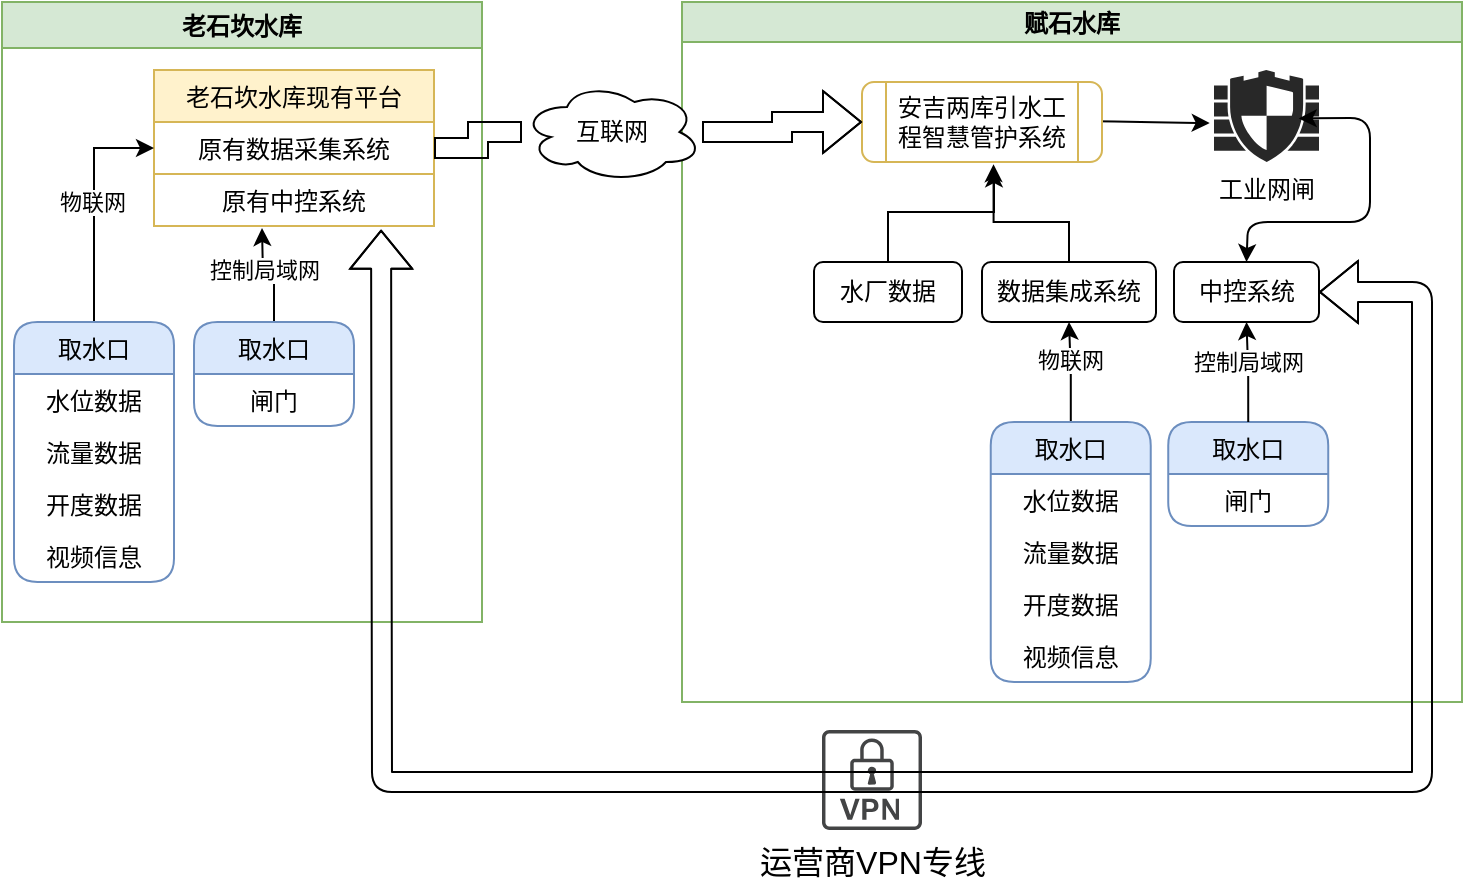
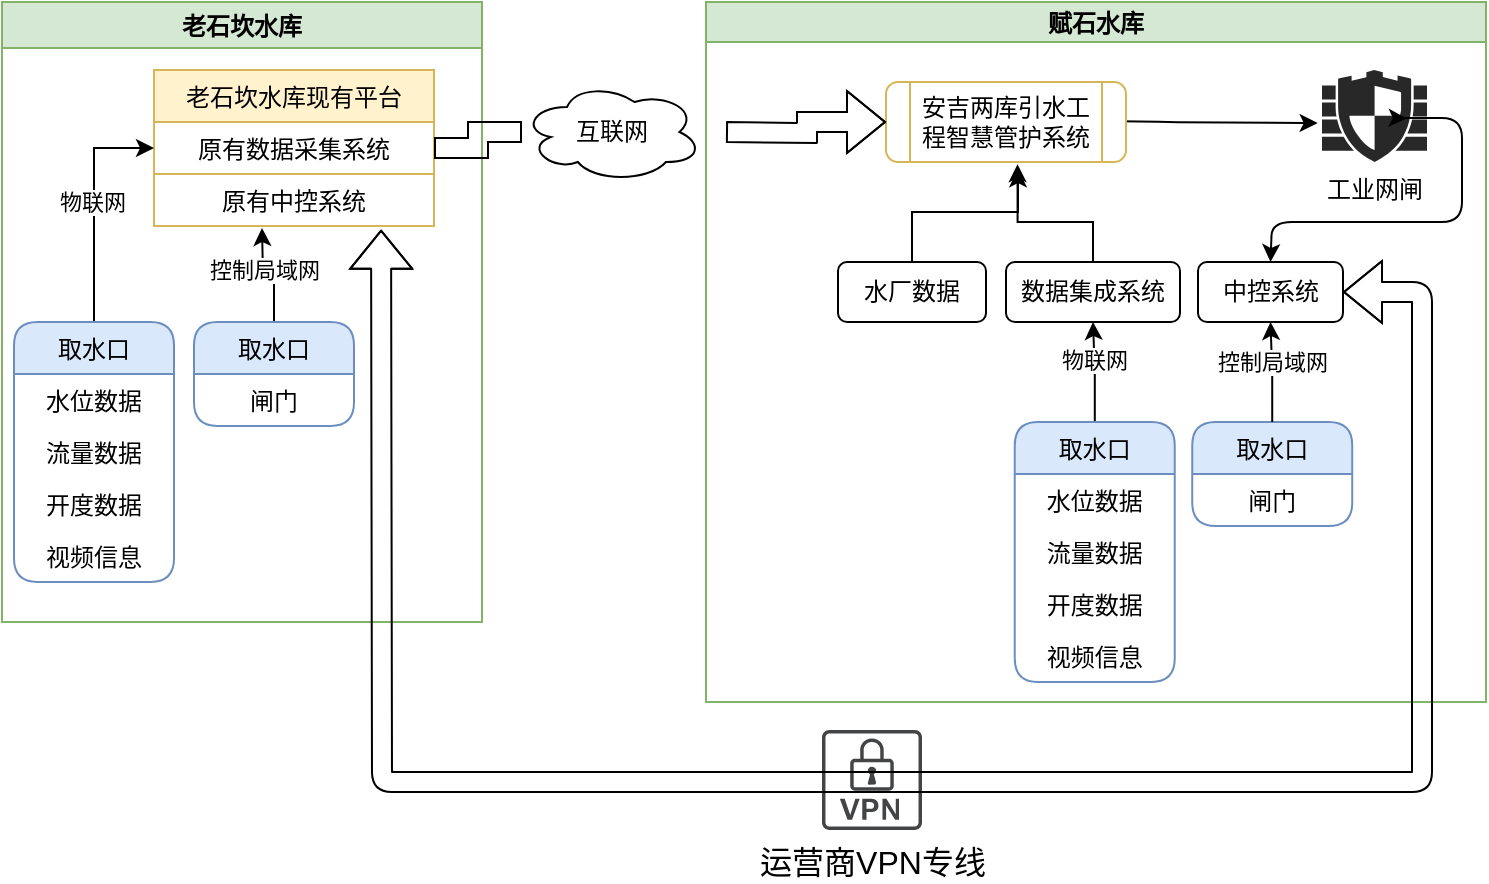
- <mxfile host="app.diagrams.net" modified="2021-09-18T05:55:30.992Z" agent="5.0 (Windows NT 10.0; Win64; x64) AppleWebKit/537.36 (KHTML, like Gecko) Chrome/93.0.4577.82 Safari/537.36 Edg/93.0.961.52" etag="tn-M4HEZi23fOFaAd5jv" version="14.8.0" type="github">
+ <mxfile host="app.diagrams.net" modified="2021-09-18T05:59:51.850Z" agent="5.0 (Windows NT 10.0; Win64; x64) AppleWebKit/537.36 (KHTML, like Gecko) Chrome/93.0.4577.82 Safari/537.36 Edg/93.0.961.52" etag="5JK3VNRO7cXZYGUrUFwE" version="14.8.0" type="github">
  <diagram id="v89iMYd2DjBNGdAJLiYk" name="Page-1">
-     <mxGraphModel dx="964" dy="513" grid="1" gridSize="10" guides="1" tooltips="1" connect="1" arrows="1" fold="1" page="1" pageScale="1" pageWidth="827" pageHeight="1169" math="0" shadow="0">
+     <mxGraphModel dx="819" dy="436" grid="1" gridSize="10" guides="1" tooltips="1" connect="1" arrows="1" fold="1" page="1" pageScale="1" pageWidth="827" pageHeight="1169" math="0" shadow="0">
      <root>
        <mxCell id="0" />
        <mxCell id="1" parent="0" />
        <mxCell id="1meufm5pPCAuNKvldUBH-1" value="老石坎水库" style="swimlane;fillColor=#d5e8d4;strokeColor=#82b366;" parent="1" vertex="1">
          <mxGeometry x="50" y="130" width="240" height="310" as="geometry">
            <mxRectangle x="150" y="130" width="90" height="23" as="alternateBounds" />
          </mxGeometry>
        </mxCell>
        <mxCell id="rkCiEfMvTKPaeprXMYrk-80" value="老石坎水库现有平台" style="swimlane;fontStyle=0;childLayout=stackLayout;horizontal=1;startSize=26;horizontalStack=0;resizeParent=1;resizeParentMax=0;resizeLast=0;collapsible=1;marginBottom=0;swimlaneLine=1;rounded=0;shadow=0;sketch=0;glass=0;swimlaneFillColor=none;fillColor=#fff2cc;strokeColor=#d6b656;" vertex="1" parent="1meufm5pPCAuNKvldUBH-1">
          <mxGeometry x="76" y="34" width="140" height="78" as="geometry">
            <mxRectangle x="108.75" y="220" width="70" height="26" as="alternateBounds" />
          </mxGeometry>
        </mxCell>
        <mxCell id="rkCiEfMvTKPaeprXMYrk-81" value="原有数据采集系统" style="text;fillColor=none;align=center;verticalAlign=top;spacingLeft=4;spacingRight=4;overflow=hidden;rotatable=0;points=[[0,0.5],[1,0.5]];portConstraint=eastwest;rounded=0;glass=0;shadow=0;strokeColor=#D6B656;" vertex="1" parent="rkCiEfMvTKPaeprXMYrk-80">
          <mxGeometry y="26" width="140" height="26" as="geometry" />
        </mxCell>
        <mxCell id="rkCiEfMvTKPaeprXMYrk-82" value="原有中控系统" style="text;fillColor=none;align=center;verticalAlign=top;spacingLeft=4;spacingRight=4;overflow=hidden;rotatable=0;points=[[0,0.5],[1,0.5]];portConstraint=eastwest;imageAspect=1;" vertex="1" parent="rkCiEfMvTKPaeprXMYrk-80">
          <mxGeometry y="52" width="140" height="26" as="geometry" />
        </mxCell>
        <mxCell id="rkCiEfMvTKPaeprXMYrk-88" style="edgeStyle=orthogonalEdgeStyle;rounded=0;orthogonalLoop=1;jettySize=auto;html=1;entryX=0;entryY=0.5;entryDx=0;entryDy=0;" edge="1" parent="1meufm5pPCAuNKvldUBH-1" source="rkCiEfMvTKPaeprXMYrk-75" target="rkCiEfMvTKPaeprXMYrk-81">
          <mxGeometry relative="1" as="geometry" />
        </mxCell>
        <mxCell id="rkCiEfMvTKPaeprXMYrk-95" value="物联网" style="edgeLabel;html=1;align=center;verticalAlign=middle;resizable=0;points=[];" vertex="1" connectable="0" parent="rkCiEfMvTKPaeprXMYrk-88">
          <mxGeometry x="0.0218" y="1" relative="1" as="geometry">
            <mxPoint as="offset" />
          </mxGeometry>
        </mxCell>
        <mxCell id="rkCiEfMvTKPaeprXMYrk-75" value="取水口" style="swimlane;fontStyle=0;childLayout=stackLayout;horizontal=1;startSize=26;horizontalStack=0;resizeParent=1;resizeParentMax=0;resizeLast=0;collapsible=1;marginBottom=0;swimlaneLine=1;rounded=1;shadow=0;sketch=0;glass=0;swimlaneFillColor=none;fillColor=#dae8fc;strokeColor=#6c8ebf;" vertex="1" parent="1meufm5pPCAuNKvldUBH-1">
          <mxGeometry x="6" y="160" width="80" height="130" as="geometry">
            <mxRectangle x="400" y="410" width="70" height="26" as="alternateBounds" />
          </mxGeometry>
        </mxCell>
        <mxCell id="rkCiEfMvTKPaeprXMYrk-76" value="水位数据" style="text;strokeColor=none;fillColor=none;align=center;verticalAlign=top;spacingLeft=4;spacingRight=4;overflow=hidden;rotatable=0;points=[[0,0.5],[1,0.5]];portConstraint=eastwest;" vertex="1" parent="rkCiEfMvTKPaeprXMYrk-75">
          <mxGeometry y="26" width="80" height="26" as="geometry" />
        </mxCell>
        <mxCell id="rkCiEfMvTKPaeprXMYrk-77" value="流量数据" style="text;strokeColor=none;fillColor=none;align=center;verticalAlign=top;spacingLeft=4;spacingRight=4;overflow=hidden;rotatable=0;points=[[0,0.5],[1,0.5]];portConstraint=eastwest;" vertex="1" parent="rkCiEfMvTKPaeprXMYrk-75">
          <mxGeometry y="52" width="80" height="26" as="geometry" />
        </mxCell>
        <mxCell id="rkCiEfMvTKPaeprXMYrk-78" value="开度数据" style="text;strokeColor=none;fillColor=none;align=center;verticalAlign=top;spacingLeft=4;spacingRight=4;overflow=hidden;rotatable=0;points=[[0,0.5],[1,0.5]];portConstraint=eastwest;" vertex="1" parent="rkCiEfMvTKPaeprXMYrk-75">
          <mxGeometry y="78" width="80" height="26" as="geometry" />
        </mxCell>
        <mxCell id="rkCiEfMvTKPaeprXMYrk-79" value="视频信息" style="text;strokeColor=none;fillColor=none;align=center;verticalAlign=top;spacingLeft=4;spacingRight=4;overflow=hidden;rotatable=0;points=[[0,0.5],[1,0.5]];portConstraint=eastwest;" vertex="1" parent="rkCiEfMvTKPaeprXMYrk-75">
          <mxGeometry y="104" width="80" height="26" as="geometry" />
        </mxCell>
        <mxCell id="rkCiEfMvTKPaeprXMYrk-87" style="edgeStyle=orthogonalEdgeStyle;rounded=0;orthogonalLoop=1;jettySize=auto;html=1;" edge="1" parent="1meufm5pPCAuNKvldUBH-1" source="rkCiEfMvTKPaeprXMYrk-73">
          <mxGeometry relative="1" as="geometry">
            <mxPoint x="130" y="113" as="targetPoint" />
          </mxGeometry>
        </mxCell>
        <mxCell id="rkCiEfMvTKPaeprXMYrk-97" value="控制局域网" style="edgeLabel;html=1;align=center;verticalAlign=middle;resizable=0;points=[];" vertex="1" connectable="0" parent="rkCiEfMvTKPaeprXMYrk-87">
          <mxGeometry x="0.205" relative="1" as="geometry">
            <mxPoint as="offset" />
          </mxGeometry>
        </mxCell>
        <mxCell id="rkCiEfMvTKPaeprXMYrk-73" value="取水口" style="swimlane;fontStyle=0;childLayout=stackLayout;horizontal=1;startSize=26;horizontalStack=0;resizeParent=1;resizeParentMax=0;resizeLast=0;collapsible=1;marginBottom=0;swimlaneLine=1;rounded=1;shadow=0;sketch=0;glass=0;swimlaneFillColor=none;fillColor=#dae8fc;strokeColor=#6c8ebf;" vertex="1" parent="1meufm5pPCAuNKvldUBH-1">
          <mxGeometry x="96" y="160" width="80" height="52" as="geometry">
            <mxRectangle x="400" y="410" width="70" height="26" as="alternateBounds" />
          </mxGeometry>
        </mxCell>
        <mxCell id="rkCiEfMvTKPaeprXMYrk-74" value="闸门" style="text;strokeColor=none;fillColor=none;align=center;verticalAlign=top;spacingLeft=4;spacingRight=4;overflow=hidden;rotatable=0;points=[[0,0.5],[1,0.5]];portConstraint=eastwest;" vertex="1" parent="rkCiEfMvTKPaeprXMYrk-73">
          <mxGeometry y="26" width="80" height="26" as="geometry" />
        </mxCell>
        <mxCell id="1meufm5pPCAuNKvldUBH-6" value="赋石水库" style="swimlane;startSize=20;horizontal=1;containerType=tree;newEdgeStyle={&quot;edgeStyle&quot;:&quot;elbowEdgeStyle&quot;,&quot;startArrow&quot;:&quot;none&quot;,&quot;endArrow&quot;:&quot;none&quot;};fillColor=#d5e8d4;strokeColor=#82b366;" parent="1" vertex="1">
-           <mxGeometry x="390" y="130" width="390" height="350" as="geometry" />
+           <mxGeometry x="402" y="130" width="390" height="350" as="geometry" />
        </mxCell>
        <mxCell id="1meufm5pPCAuNKvldUBH-12" value="中控系统" style="rounded=1;whiteSpace=wrap;html=1;" parent="1meufm5pPCAuNKvldUBH-6" vertex="1">
          <mxGeometry x="246" y="130" width="72.5" height="30" as="geometry" />
        </mxCell>
        <mxCell id="rkCiEfMvTKPaeprXMYrk-26" value="工业网闸" style="verticalLabelPosition=bottom;html=1;fillColor=#282828;strokeColor=none;verticalAlign=top;pointerEvents=1;align=center;shape=mxgraph.cisco_safe.security_icons.ngfw;sketch=0;" vertex="1" parent="1meufm5pPCAuNKvldUBH-6">
-           <mxGeometry x="266" y="34" width="52.5" height="46" as="geometry" />
+           <mxGeometry x="308" y="34" width="52.5" height="46" as="geometry" />
        </mxCell>
        <mxCell id="rkCiEfMvTKPaeprXMYrk-32" value="" style="endArrow=classic;startArrow=classic;html=1;entryX=-0.041;entryY=0.577;entryDx=0;entryDy=0;entryPerimeter=0;" edge="1" parent="1meufm5pPCAuNKvldUBH-6" target="rkCiEfMvTKPaeprXMYrk-26">
          <mxGeometry width="50" height="50" relative="1" as="geometry">
            <mxPoint x="200" y="59.5" as="sourcePoint" />
            <mxPoint x="246" y="40" as="targetPoint" />
            <Array as="points">
              <mxPoint x="226" y="60" />
            </Array>
          </mxGeometry>
        </mxCell>
        <mxCell id="rkCiEfMvTKPaeprXMYrk-33" value="" style="endArrow=classic;startArrow=classic;html=1;jumpSize=6;entryX=0.807;entryY=0.526;entryDx=0;entryDy=0;entryPerimeter=0;exitX=0.5;exitY=0;exitDx=0;exitDy=0;" edge="1" parent="1meufm5pPCAuNKvldUBH-6" source="1meufm5pPCAuNKvldUBH-12" target="rkCiEfMvTKPaeprXMYrk-26">
          <mxGeometry width="50" height="50" relative="1" as="geometry">
            <mxPoint x="242.25" y="194.5" as="sourcePoint" />
            <mxPoint x="301" y="100" as="targetPoint" />
            <Array as="points">
              <mxPoint x="283" y="110" />
-               <mxPoint x="344" y="110" />
+               <mxPoint x="378" y="110" />
+               <mxPoint x="378" y="58" />
              <mxPoint x="344" y="58" />
            </Array>
          </mxGeometry>
        </mxCell>
        <mxCell id="rkCiEfMvTKPaeprXMYrk-6" value="取水口" style="swimlane;fontStyle=0;childLayout=stackLayout;horizontal=1;startSize=26;horizontalStack=0;resizeParent=1;resizeParentMax=0;resizeLast=0;collapsible=1;marginBottom=0;swimlaneLine=1;rounded=1;shadow=0;sketch=0;glass=0;swimlaneFillColor=none;fillColor=#dae8fc;strokeColor=#6c8ebf;" vertex="1" parent="1meufm5pPCAuNKvldUBH-6">
          <mxGeometry x="243.12" y="210" width="80" height="52" as="geometry">
            <mxRectangle x="400" y="410" width="70" height="26" as="alternateBounds" />
          </mxGeometry>
        </mxCell>
        <mxCell id="rkCiEfMvTKPaeprXMYrk-7" value="闸门" style="text;strokeColor=none;fillColor=none;align=center;verticalAlign=top;spacingLeft=4;spacingRight=4;overflow=hidden;rotatable=0;points=[[0,0.5],[1,0.5]];portConstraint=eastwest;" vertex="1" parent="rkCiEfMvTKPaeprXMYrk-6">
          <mxGeometry y="26" width="80" height="26" as="geometry" />
        </mxCell>
        <mxCell id="rkCiEfMvTKPaeprXMYrk-11" value="" style="edgeStyle=orthogonalEdgeStyle;rounded=0;orthogonalLoop=1;jettySize=auto;html=1;exitX=0.5;exitY=0;exitDx=0;exitDy=0;" edge="1" parent="1meufm5pPCAuNKvldUBH-6" source="rkCiEfMvTKPaeprXMYrk-6" target="1meufm5pPCAuNKvldUBH-12">
          <mxGeometry relative="1" as="geometry">
            <Array as="points" />
          </mxGeometry>
        </mxCell>
        <mxCell id="rkCiEfMvTKPaeprXMYrk-13" value="控制局域网" style="edgeLabel;html=1;align=center;verticalAlign=middle;resizable=0;points=[];" vertex="1" connectable="0" parent="rkCiEfMvTKPaeprXMYrk-11">
          <mxGeometry x="0.2444" relative="1" as="geometry">
            <mxPoint as="offset" />
          </mxGeometry>
        </mxCell>
        <mxCell id="rkCiEfMvTKPaeprXMYrk-67" style="edgeStyle=orthogonalEdgeStyle;rounded=0;orthogonalLoop=1;jettySize=auto;html=1;entryX=0.5;entryY=1;entryDx=0;entryDy=0;" edge="1" parent="1meufm5pPCAuNKvldUBH-6" source="1meufm5pPCAuNKvldUBH-21" target="rkCiEfMvTKPaeprXMYrk-45">
          <mxGeometry relative="1" as="geometry" />
        </mxCell>
        <mxCell id="rkCiEfMvTKPaeprXMYrk-69" value="物联网" style="edgeLabel;html=1;align=center;verticalAlign=middle;resizable=0;points=[];" vertex="1" connectable="0" parent="rkCiEfMvTKPaeprXMYrk-67">
          <mxGeometry x="0.2649" relative="1" as="geometry">
            <mxPoint as="offset" />
          </mxGeometry>
        </mxCell>
        <mxCell id="1meufm5pPCAuNKvldUBH-21" value="取水口" style="swimlane;fontStyle=0;childLayout=stackLayout;horizontal=1;startSize=26;horizontalStack=0;resizeParent=1;resizeParentMax=0;resizeLast=0;collapsible=1;marginBottom=0;swimlaneLine=1;rounded=1;shadow=0;sketch=0;glass=0;swimlaneFillColor=none;fillColor=#dae8fc;strokeColor=#6c8ebf;" parent="1meufm5pPCAuNKvldUBH-6" vertex="1">
          <mxGeometry x="154.37" y="210" width="80" height="130" as="geometry">
            <mxRectangle x="400" y="410" width="70" height="26" as="alternateBounds" />
          </mxGeometry>
        </mxCell>
        <mxCell id="1meufm5pPCAuNKvldUBH-22" value="水位数据" style="text;strokeColor=none;fillColor=none;align=center;verticalAlign=top;spacingLeft=4;spacingRight=4;overflow=hidden;rotatable=0;points=[[0,0.5],[1,0.5]];portConstraint=eastwest;" parent="1meufm5pPCAuNKvldUBH-21" vertex="1">
          <mxGeometry y="26" width="80" height="26" as="geometry" />
        </mxCell>
        <mxCell id="1meufm5pPCAuNKvldUBH-23" value="流量数据" style="text;strokeColor=none;fillColor=none;align=center;verticalAlign=top;spacingLeft=4;spacingRight=4;overflow=hidden;rotatable=0;points=[[0,0.5],[1,0.5]];portConstraint=eastwest;" parent="1meufm5pPCAuNKvldUBH-21" vertex="1">
          <mxGeometry y="52" width="80" height="26" as="geometry" />
        </mxCell>
        <mxCell id="1meufm5pPCAuNKvldUBH-24" value="开度数据" style="text;strokeColor=none;fillColor=none;align=center;verticalAlign=top;spacingLeft=4;spacingRight=4;overflow=hidden;rotatable=0;points=[[0,0.5],[1,0.5]];portConstraint=eastwest;" parent="1meufm5pPCAuNKvldUBH-21" vertex="1">
          <mxGeometry y="78" width="80" height="26" as="geometry" />
        </mxCell>
        <mxCell id="rkCiEfMvTKPaeprXMYrk-2" value="视频信息" style="text;strokeColor=none;fillColor=none;align=center;verticalAlign=top;spacingLeft=4;spacingRight=4;overflow=hidden;rotatable=0;points=[[0,0.5],[1,0.5]];portConstraint=eastwest;" vertex="1" parent="1meufm5pPCAuNKvldUBH-21">
          <mxGeometry y="104" width="80" height="26" as="geometry" />
        </mxCell>
        <mxCell id="rkCiEfMvTKPaeprXMYrk-68" style="edgeStyle=orthogonalEdgeStyle;rounded=0;orthogonalLoop=1;jettySize=auto;html=1;exitX=0.5;exitY=0;exitDx=0;exitDy=0;entryX=0.548;entryY=1.027;entryDx=0;entryDy=0;entryPerimeter=0;" edge="1" parent="1meufm5pPCAuNKvldUBH-6" source="rkCiEfMvTKPaeprXMYrk-45" target="rkCiEfMvTKPaeprXMYrk-98">
          <mxGeometry relative="1" as="geometry">
            <mxPoint x="194" y="90" as="targetPoint" />
            <Array as="points">
              <mxPoint x="194" y="110" />
              <mxPoint x="156" y="110" />
            </Array>
          </mxGeometry>
        </mxCell>
        <mxCell id="rkCiEfMvTKPaeprXMYrk-45" value="数据集成系统" style="rounded=1;whiteSpace=wrap;html=1;" vertex="1" parent="1meufm5pPCAuNKvldUBH-6">
          <mxGeometry x="150" y="130" width="87" height="30" as="geometry" />
        </mxCell>
        <mxCell id="rkCiEfMvTKPaeprXMYrk-101" style="edgeStyle=orthogonalEdgeStyle;rounded=0;orthogonalLoop=1;jettySize=auto;html=1;entryX=0.55;entryY=1.09;entryDx=0;entryDy=0;entryPerimeter=0;" edge="1" parent="1meufm5pPCAuNKvldUBH-6" source="rkCiEfMvTKPaeprXMYrk-70" target="rkCiEfMvTKPaeprXMYrk-98">
          <mxGeometry relative="1" as="geometry" />
        </mxCell>
        <mxCell id="rkCiEfMvTKPaeprXMYrk-70" value="水厂数据" style="rounded=1;whiteSpace=wrap;html=1;" vertex="1" parent="1meufm5pPCAuNKvldUBH-6">
          <mxGeometry x="66" y="130" width="74" height="30" as="geometry" />
        </mxCell>
        <mxCell id="rkCiEfMvTKPaeprXMYrk-98" value="安吉两库引水工程智慧管护系统" style="shape=process;whiteSpace=wrap;html=1;backgroundOutline=1;rounded=1;shadow=0;glass=0;sketch=0;strokeColor=#D6B656;" vertex="1" parent="1meufm5pPCAuNKvldUBH-6">
          <mxGeometry x="90" y="40" width="120" height="40" as="geometry" />
        </mxCell>
-         <mxCell id="rkCiEfMvTKPaeprXMYrk-116" style="edgeStyle=orthogonalEdgeStyle;rounded=0;orthogonalLoop=1;jettySize=auto;html=1;entryX=0;entryY=0.5;entryDx=0;entryDy=0;shape=flexArrow;startArrow=none;" edge="1" parent="1" source="rkCiEfMvTKPaeprXMYrk-113" target="rkCiEfMvTKPaeprXMYrk-98">
-           <mxGeometry relative="1" as="geometry" />
+         <mxCell id="rkCiEfMvTKPaeprXMYrk-116" style="edgeStyle=orthogonalEdgeStyle;rounded=0;orthogonalLoop=1;jettySize=auto;html=1;entryX=0;entryY=0.5;entryDx=0;entryDy=0;shape=flexArrow;startArrow=none;" edge="1" parent="1" target="rkCiEfMvTKPaeprXMYrk-98">
+           <mxGeometry relative="1" as="geometry">
+             <mxPoint x="412" y="195" as="sourcePoint" />
+           </mxGeometry>
        </mxCell>
        <mxCell id="rkCiEfMvTKPaeprXMYrk-113" value="互联网" style="ellipse;shape=cloud;whiteSpace=wrap;html=1;align=center;rounded=1;shadow=0;glass=0;sketch=0;" vertex="1" parent="1">
          <mxGeometry x="310" y="170" width="90" height="50" as="geometry" />
        </mxCell>
        <mxCell id="rkCiEfMvTKPaeprXMYrk-117" value="" style="edgeStyle=orthogonalEdgeStyle;rounded=0;orthogonalLoop=1;jettySize=auto;html=1;entryX=0;entryY=0.5;entryDx=0;entryDy=0;shape=flexArrow;endArrow=none;" edge="1" parent="1" source="rkCiEfMvTKPaeprXMYrk-81" target="rkCiEfMvTKPaeprXMYrk-113">
          <mxGeometry relative="1" as="geometry">
            <mxPoint x="270" y="203" as="sourcePoint" />
            <mxPoint x="480" y="189.99999999999994" as="targetPoint" />
          </mxGeometry>
        </mxCell>
        <mxCell id="rkCiEfMvTKPaeprXMYrk-121" value="&lt;font style=&quot;font-size: 16px&quot;&gt;运营商VPN专线&lt;/font&gt;" style="pointerEvents=1;shadow=0;dashed=0;html=1;strokeColor=none;fillColor=#434445;aspect=fixed;labelPosition=center;verticalLabelPosition=bottom;verticalAlign=top;align=center;outlineConnect=0;shape=mxgraph.vvd.vpn;rounded=1;glass=0;sketch=0;" vertex="1" parent="1">
          <mxGeometry x="460" y="494" width="50" height="50" as="geometry" />
        </mxCell>
        <mxCell id="rkCiEfMvTKPaeprXMYrk-126" value="" style="shape=flexArrow;endArrow=classic;startArrow=classic;html=1;exitX=0.811;exitY=1.072;exitDx=0;exitDy=0;exitPerimeter=0;entryX=1;entryY=0.5;entryDx=0;entryDy=0;" edge="1" parent="1" source="rkCiEfMvTKPaeprXMYrk-82" target="1meufm5pPCAuNKvldUBH-12">
          <mxGeometry width="100" height="100" relative="1" as="geometry">
            <mxPoint x="210" y="540" as="sourcePoint" />
            <mxPoint x="720" y="300" as="targetPoint" />
            <Array as="points">
              <mxPoint x="240" y="520" />
              <mxPoint x="760" y="520" />
              <mxPoint x="760" y="275" />
            </Array>
          </mxGeometry>
        </mxCell>
      </root>
    </mxGraphModel>
  </diagram>
</mxfile>
